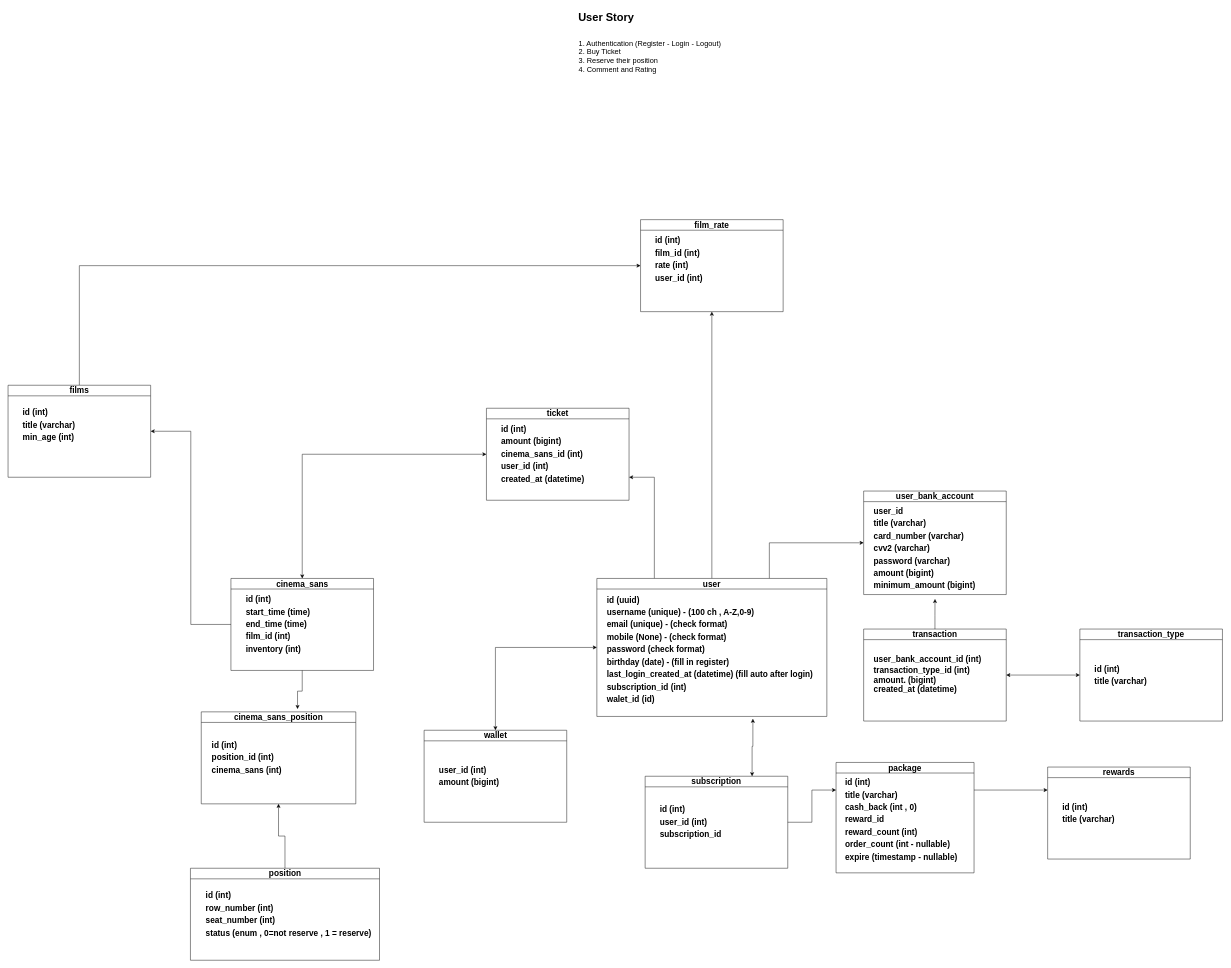
The draw.io diagram cinema-ticket.drawio in mraghdasi/cinema-ticket, before the edit. Source tidied: cells renumbered, new cells numbered last; positions are measured from the earlier drawing's top-left corner, leaving out a move shared by most shapes. Both pictures are drawn from the tidied source at 46%, with x=0, y=0 at pixel (8, 8).
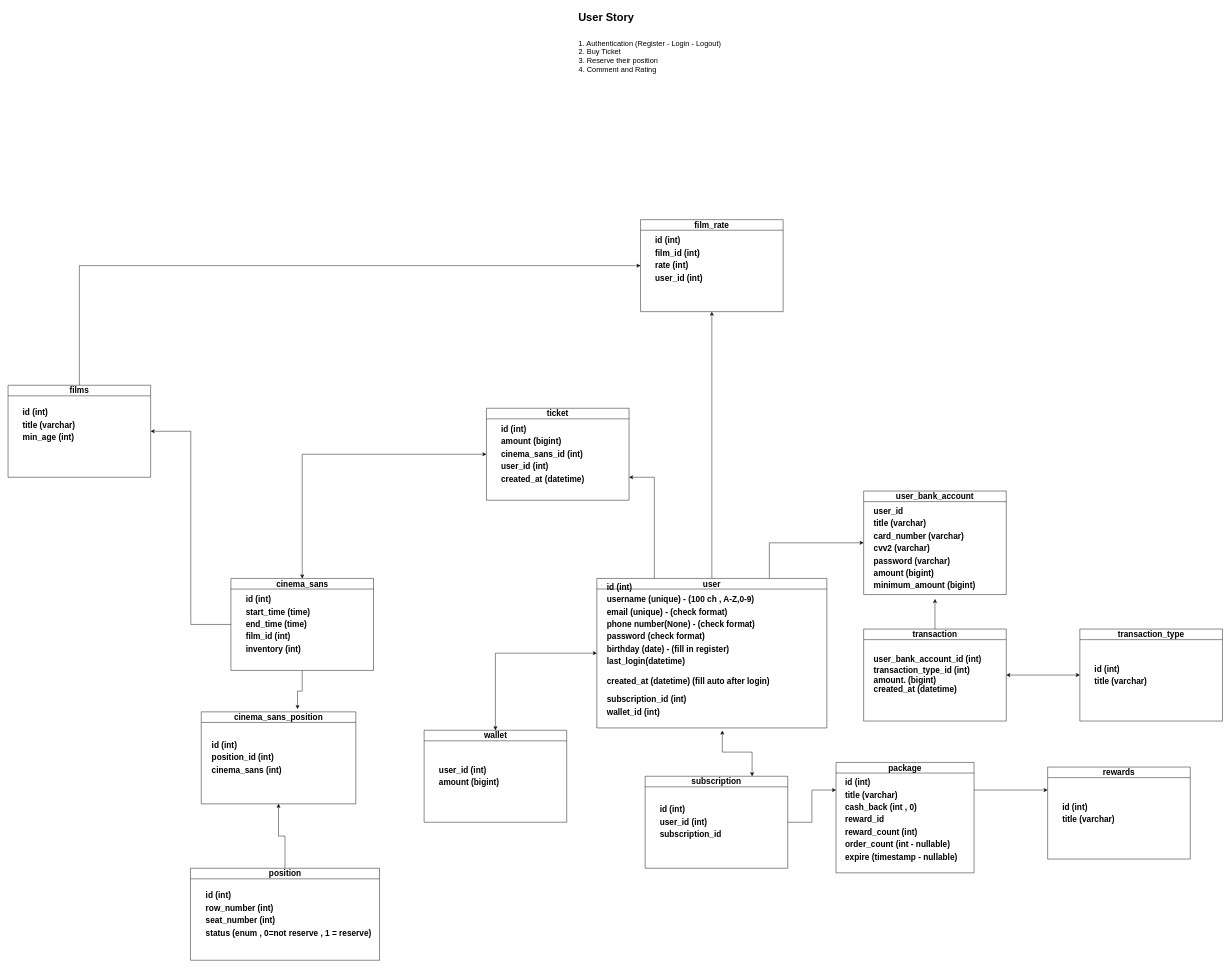
The same diagram, later.

Diff of the diagram source:
```diff
@@
     <mxCell id="8" value="&lt;h2&gt;user&lt;/h2&gt;" style="swimlane;whiteSpace=wrap;html=1;" parent="1" vertex="1">
-      <mxGeometry x="1280" y="1240" width="500" height="300" as="geometry" />
+      <mxGeometry x="1280" y="1240" width="500" height="325" as="geometry" />
     </mxCell>
-    <mxCell id="9" value="&lt;h2 style=&quot;border-color: var(--border-color); line-height: 150%;&quot;&gt;id (uuid)&lt;br&gt;username (unique) - (100 ch , A-Z,0-9)&lt;br&gt;email (unique) - (check format)&lt;br&gt;mobile (None) - (check format)&lt;br&gt;password (check format)&lt;br&gt;birthday (date) - (fill in register)&lt;br&gt;last_login_created_at (datetime) (fill auto after login)&amp;nbsp;&lt;br&gt;subscription_id (int)&lt;br&gt;walet_id (id)&lt;/h2&gt;" style="text;html=1;align=left;verticalAlign=middle;points=[];strokeColor=none;fillColor=none;" parent="8" vertex="1">
-      <mxGeometry x="20" y="10" width="480" height="290" as="geometry" />
+    <mxCell id="9" value="&lt;h2 style=&quot;border-color: var(--border-color); line-height: 150%;&quot;&gt;id (int)&lt;br&gt;username (unique) - (100 ch , A-Z,0-9)&lt;br&gt;email (unique) - (check format)&lt;br&gt;phone number(None) - (check format)&lt;br&gt;password (check format)&lt;br&gt;birthday (date) - (fill in register)&lt;br&gt;last_login(datetime)&lt;/h2&gt;&lt;h2 style=&quot;border-color: var(--border-color); line-height: 150%;&quot;&gt;created_at (datetime) (fill auto after login)&amp;nbsp;&lt;/h2&gt;&lt;h2 style=&quot;border-color: var(--border-color); line-height: 150%;&quot;&gt;subscription_id (int)&lt;br&gt;wallet_id (int)&lt;/h2&gt;" style="text;html=1;align=left;verticalAlign=middle;points=[];strokeColor=none;fillColor=none;" parent="8" vertex="1">
+      <mxGeometry x="20" y="-15" width="380" height="340" as="geometry" />
     </mxCell>
```
